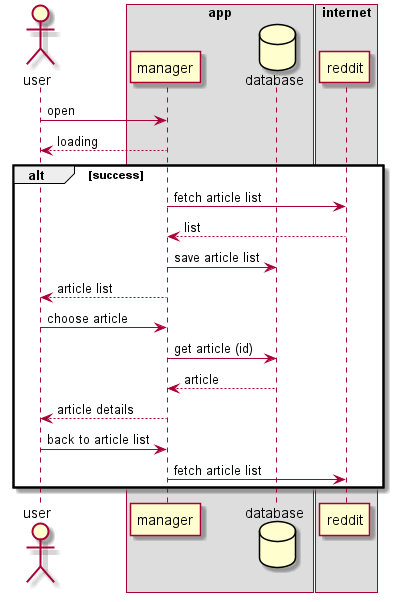
Before: docs/puml/sequencediagram.png, a diagram exported from PlantUML (viniciushisao/timesheet-android-app).
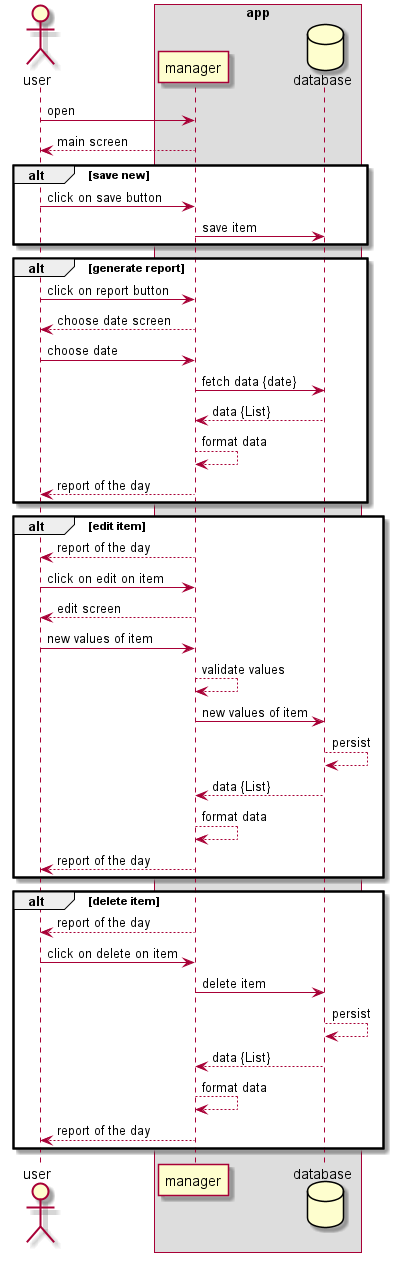
Above is the later version.

The edit, as a diff of the source:
```diff
@@ -6,26 +6,45 @@
 database database
 endbox
 
-box "internet"
-participant reddit
-endbox
+user -> manager : open
+manager --> user : main screen
 
-
-user -> manager : open
-manager --> user : loading
-alt success
-manager -> reddit : fetch article list
-reddit --> manager : list
-manager -> database : save article list
-manager --> user: article list
-user -> manager : choose article
-manager -> database : get article (id)
-database --> manager : article
-manager --> user : article details
-user -> manager : back to article list
-manager -> reddit : fetch article list
-
+alt save new
+user -> manager : click on save button
+manager -> database : save item
 end
 
+alt generate report
+user -> manager : click on report button
+manager --> user : choose date screen
+user -> manager : choose date
+manager -> database : fetch data {date}
+database --> manager : data {List}
+manager --> manager : format data
+manager --> user : report of the day
+end
+
+alt edit item
+manager --> user : report of the day
+user -> manager : click on edit on item
+manager --> user : edit screen
+user -> manager : new values of item
+manager --> manager : validate values
+manager -> database : new values of item
+database --> database : persist
+database --> manager : data {List}
+manager --> manager : format data
+manager --> user : report of the day
+end
+
+alt delete item
+manager --> user : report of the day
+user -> manager : click on delete on item
+manager -> database : delete item
+database --> database : persist
+database --> manager : data {List}
+manager --> manager : format data
+manager --> user : report of the day
+end
 
 @enduml
```
